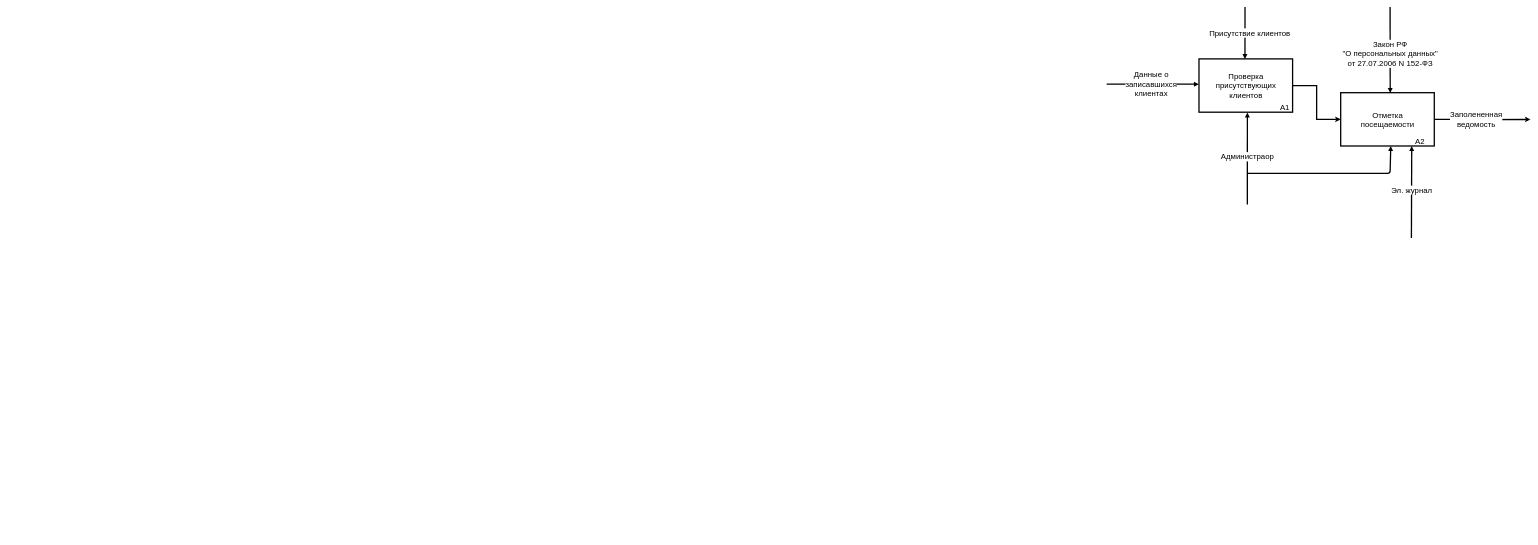
The draw.io diagram AS_IS2.drawio in kirillgladkih/diplom, before the edit. Source tidied: cells renumbered, new cells numbered last; positions are measured from the earlier drawing's top-left corner, leaving out a move shared by most shapes. Both pictures are drawn from the tidied source at 26%, with x=0, y=0 at pixel (1107, 7).
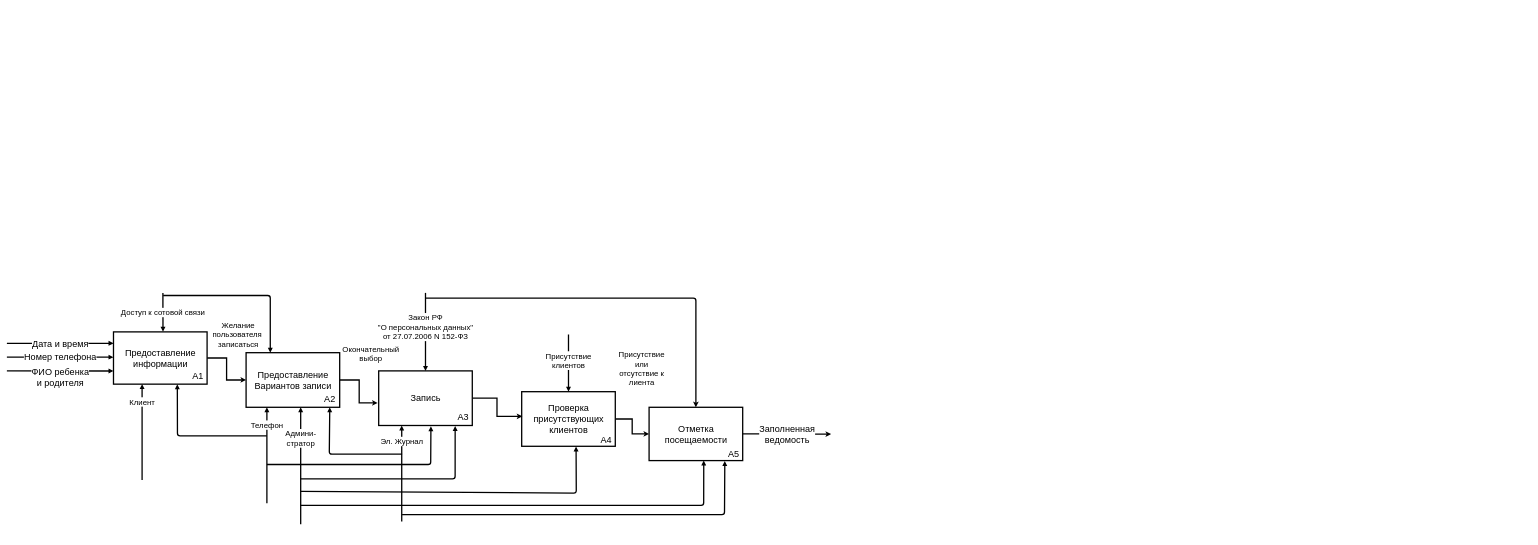
After the change.

The edit, as a diff of the source:
```diff
@@
+    <mxCell id="16" style="edgeStyle=orthogonalEdgeStyle;rounded=0;jettySize=auto;html=1;entryX=0;entryY=0.5;entryDx=0;entryDy=0;fontSize=35;strokeWidth=5;" parent="1" edge="1" source="17" target="19">
+      <mxGeometry relative="1" as="geometry" />
+    </mxCell>
+    <mxCell id="17" value="&lt;font style=&quot;font-size: 35px;&quot;&gt;Предоставление&lt;br style=&quot;font-size: 35px;&quot;&gt;информации&lt;br style=&quot;font-size: 35px;&quot;&gt;&lt;/font&gt;" style="html=1;strokeWidth=5;fontSize=35;" parent="1" vertex="1">
+      <mxGeometry x="-3820" y="1250" width="360" height="201" as="geometry" />
+    </mxCell>
+    <mxCell id="18" style="edgeStyle=orthogonalEdgeStyle;rounded=0;jettySize=auto;html=1;entryX=-0.011;entryY=0.587;entryDx=0;entryDy=0;entryPerimeter=0;strokeWidth=5;fontSize=35;" parent="1" edge="1" source="19" target="30">
+      <mxGeometry relative="1" as="geometry" />
+    </mxCell>
+    <mxCell id="19" value="&lt;font style=&quot;font-size: 35px;&quot;&gt;Предоставление&lt;br style=&quot;font-size: 35px;&quot;&gt;Вариантов записи&lt;br style=&quot;font-size: 35px;&quot;&gt;&lt;/font&gt;" style="html=1;strokeWidth=5;fontSize=35;" parent="1" vertex="1">
+      <mxGeometry x="-3310" y="1330" width="360" height="210" as="geometry" />
+    </mxCell>
-    <mxCell id="2" style="edgeStyle=orthogonalEdgeStyle;rounded=0;jettySize=auto;html=1;strokeWidth=5;entryX=0;entryY=0.5;entryDx=0;entryDy=0;" parent="1" edge="1" source="3" target="6">
+    <mxCell id="2" style="edgeStyle=orthogonalEdgeStyle;rounded=0;jettySize=auto;html=1;entryX=0;entryY=0.5;entryDx=0;entryDy=0;strokeWidth=5;fontSize=35;" parent="1" edge="1" source="3" target="6">
       <mxGeometry relative="1" as="geometry" />
     </mxCell>
-    <mxCell id="3" value="&lt;div style=&quot;font-size: 30px&quot;&gt;&lt;font style=&quot;font-size: 30px&quot;&gt;Проверка &lt;br&gt;&lt;/font&gt;&lt;/div&gt;&lt;div style=&quot;font-size: 30px&quot;&gt;&lt;font style=&quot;font-size: 30px&quot;&gt;присутствующих&lt;/font&gt;&lt;/div&gt;&lt;div style=&quot;font-size: 30px&quot;&gt;&lt;font style=&quot;font-size: 30px&quot;&gt;клиентов&lt;br&gt;&lt;/font&gt;&lt;/div&gt;" style="html=1;strokeWidth=5;" parent="1" vertex="1">
-      <mxGeometry x="355" y="200" width="360" height="205" as="geometry" />
+    <mxCell id="3" value="&lt;div style=&quot;font-size: 35px;&quot;&gt;&lt;font style=&quot;font-size: 35px;&quot;&gt;Проверка &lt;br style=&quot;font-size: 35px;&quot;&gt;&lt;/font&gt;&lt;/div&gt;&lt;div style=&quot;font-size: 35px;&quot;&gt;&lt;font style=&quot;font-size: 35px;&quot;&gt;присутствующих&lt;/font&gt;&lt;/div&gt;&lt;div style=&quot;font-size: 35px;&quot;&gt;&lt;font style=&quot;font-size: 35px;&quot;&gt;клиентов&lt;br style=&quot;font-size: 35px;&quot;&gt;&lt;/font&gt;&lt;/div&gt;" style="html=1;strokeWidth=5;fontSize=35;" parent="1" vertex="1">
+      <mxGeometry x="-2250" y="1480" width="360" height="210" as="geometry" />
     </mxCell>
-    <mxCell id="4" value="&lt;div&gt;&lt;font style=&quot;font-size: 30px&quot;&gt;&lt;font style=&quot;font-size: 30px&quot;&gt;Данные о &lt;br&gt;&lt;/font&gt;&lt;/font&gt;&lt;/div&gt;&lt;div&gt;&lt;font style=&quot;font-size: 30px&quot;&gt;&lt;font style=&quot;font-size: 30px&quot;&gt;записавшихся &lt;br&gt;&lt;/font&gt;&lt;/font&gt;&lt;/div&gt;&lt;div&gt;&lt;font style=&quot;font-size: 30px&quot;&gt;&lt;font style=&quot;font-size: 30px&quot;&gt;клиентах&lt;br&gt;&lt;/font&gt;&lt;/font&gt;&lt;/div&gt;" style="endArrow=block;endFill=1;endSize=6;html=1;strokeWidth=5;entryX=-0.001;entryY=0.475;entryDx=0;entryDy=0;entryPerimeter=0;" parent="1" edge="1" target="3">
-      <mxGeometry x="-0.04" relative="1" as="geometry">
-        <mxPoint y="297" as="sourcePoint" />
-        <Array as="points">
-          <mxPoint x="90" y="297" />
-        </Array>
-        <mxPoint x="1" as="offset" />
-      </mxGeometry>
-    </mxCell>
-    <mxCell id="5" style="group;" parent="1" vertex="1">
-      <mxGeometry x="870" y="330" width="360" height="205" as="geometry" />
-    </mxCell>
+    <mxCell id="20" style="group;fontSize=35;" parent="1" vertex="1">
+      <mxGeometry x="-1790" y="1540" width="360" height="205" as="geometry" />
+    </mxCell>
-    <mxCell id="6" value="&lt;div&gt;&lt;font style=&quot;font-size: 30px&quot;&gt;Отметка &lt;br&gt;&lt;/font&gt;&lt;/div&gt;&lt;div&gt;&lt;font style=&quot;font-size: 30px&quot;&gt;посещаемости&lt;br&gt;&lt;/font&gt;&lt;/div&gt;" style="html=1;strokeWidth=5;" parent="5" vertex="1">
+    <mxCell id="6" value="&lt;div style=&quot;font-size: 35px;&quot;&gt;&lt;font style=&quot;font-size: 35px;&quot;&gt;Отметка &lt;br style=&quot;font-size: 35px;&quot;&gt;&lt;/font&gt;&lt;/div&gt;&lt;div style=&quot;font-size: 35px;&quot;&gt;&lt;font style=&quot;font-size: 35px;&quot;&gt;посещаемости&lt;br style=&quot;font-size: 35px;&quot;&gt;&lt;/font&gt;&lt;/div&gt;" style="html=1;strokeWidth=5;fontSize=35;" parent="20" vertex="1">
       <mxGeometry x="30" width="360" height="205" as="geometry" />
     </mxCell>
+    <mxCell id="21" value="&lt;br style=&quot;font-size: 35px;&quot;&gt;&lt;font style=&quot;font-size: 35px;&quot;&gt;А5&lt;/font&gt;" style="text;html=1;strokeColor=none;fillColor=none;align=center;verticalAlign=middle;whiteSpace=wrap;rounded=0;fontSize=35;" parent="20" vertex="1">
+      <mxGeometry x="330" y="130" width="50" height="51.2" as="geometry" />
+    </mxCell>
+    <mxCell id="22" value="&lt;font style=&quot;font-size: 35px;&quot;&gt;&lt;font style=&quot;font-size: 35px;&quot;&gt;Дата и время&lt;/font&gt;&lt;br style=&quot;font-size: 35px;&quot;&gt;&lt;/font&gt;" style="endArrow=block;endFill=1;endSize=6;html=1;strokeWidth=5;entryX=0;entryY=0.167;entryDx=0;entryDy=0;entryPerimeter=0;fontSize=35;" parent="1" edge="1">
+      <mxGeometry relative="1" as="geometry">
+        <mxPoint x="-4230" y="1294" as="sourcePoint" />
+        <mxPoint x="-3820" y="1293.9" as="targetPoint" />
+      </mxGeometry>
+    </mxCell>
+    <mxCell id="23" value="&lt;font style=&quot;font-size: 35px;&quot;&gt;&lt;font style=&quot;font-size: 35px;&quot;&gt;Номер телефона&lt;/font&gt;&lt;br style=&quot;font-size: 35px;&quot;&gt;&lt;/font&gt;" style="endArrow=block;endFill=1;endSize=6;html=1;strokeWidth=5;entryX=0;entryY=0.5;entryDx=0;entryDy=0;fontSize=35;" parent="1" edge="1">
+      <mxGeometry relative="1" as="geometry">
+        <mxPoint x="-4230" y="1347" as="sourcePoint" />
+        <mxPoint x="-3820" y="1347.1" as="targetPoint" />
+      </mxGeometry>
+    </mxCell>
+    <mxCell id="24" value="&lt;div style=&quot;font-size: 35px;&quot;&gt;&lt;font style=&quot;font-size: 35px;&quot;&gt;&lt;font style=&quot;font-size: 35px;&quot;&gt;ФИО ребенка &lt;br style=&quot;font-size: 35px;&quot;&gt;&lt;/font&gt;&lt;/font&gt;&lt;/div&gt;&lt;div style=&quot;font-size: 35px;&quot;&gt;&lt;font style=&quot;font-size: 35px;&quot;&gt;&lt;font style=&quot;font-size: 35px;&quot;&gt;и родителя&lt;/font&gt;&lt;/font&gt;&lt;/div&gt;" style="endArrow=block;endFill=1;endSize=6;html=1;strokeWidth=5;entryX=0;entryY=0.833;entryDx=0;entryDy=0;entryPerimeter=0;fontSize=35;" parent="1" edge="1">
+      <mxGeometry y="-26" relative="1" as="geometry">
+        <mxPoint x="-4230" y="1400" as="sourcePoint" />
+        <mxPoint x="-3820" y="1400.4" as="targetPoint" />
+      </mxGeometry>
+    </mxCell>
+    <mxCell id="25" value="&lt;font style=&quot;font-size: 30px;&quot;&gt;Клиент&lt;/font&gt;" style="endArrow=block;endFill=1;endSize=6;html=1;strokeWidth=5;entryX=0.471;entryY=1.003;entryDx=0;entryDy=0;entryPerimeter=0;fontSize=30;" parent="1" edge="1">
+      <mxGeometry x="0.63" relative="1" as="geometry">
+        <mxPoint x="-3710" y="1820" as="sourcePoint" />
+        <mxPoint x="-3710" y="1451" as="targetPoint" />
+      </mxGeometry>
+    </mxCell>
+    <mxCell id="26" value="&lt;span style=&quot;font-size: 30px&quot;&gt;Желание пользователя&amp;nbsp;&lt;br style=&quot;font-size: 30px;&quot;&gt;записаться&lt;br style=&quot;font-size: 30px;&quot;&gt;&lt;/span&gt;" style="text;html=1;strokeColor=none;fillColor=none;align=center;verticalAlign=middle;whiteSpace=wrap;rounded=0;fontSize=30;" parent="1" vertex="1">
+      <mxGeometry x="-3440" y="1210" width="200" height="100" as="geometry" />
+    </mxCell>
+    <mxCell id="27" value="&lt;font style=&quot;font-size: 30px;&quot;&gt;&lt;font style=&quot;font-size: 30px;&quot;&gt;Доступ к сотовой связи&lt;/font&gt;&lt;br style=&quot;font-size: 30px;&quot;&gt;&lt;/font&gt;" style="endArrow=block;endFill=1;endSize=6;html=1;strokeWidth=5;entryX=0.467;entryY=-0.006;entryDx=0;entryDy=0;entryPerimeter=0;fontSize=30;" parent="1" edge="1">
+      <mxGeometry relative="1" as="geometry">
+        <mxPoint x="-3630" y="1100" as="sourcePoint" />
+        <mxPoint x="-3629.6" y="1249" as="targetPoint" />
+      </mxGeometry>
+    </mxCell>
+    <mxCell id="28" value="&lt;font style=&quot;font-size: 30px;&quot;&gt;&lt;br style=&quot;font-size: 30px;&quot;&gt;&lt;/font&gt;" style="endArrow=block;endFill=1;endSize=6;html=1;strokeWidth=5;fontSize=30;" parent="1" edge="1">
+      <mxGeometry x="-0.22" y="-80" relative="1" as="geometry">
+        <mxPoint x="-3629" y="1110" as="sourcePoint" />
+        <mxPoint x="-3217" y="1330" as="targetPoint" />
+        <Array as="points">
+          <mxPoint x="-3549" y="1110" />
+          <mxPoint x="-3217" y="1110" />
+        </Array>
+      </mxGeometry>
+    </mxCell>
+    <mxCell id="29" style="edgeStyle=orthogonalEdgeStyle;rounded=0;jettySize=auto;html=1;entryX=0.007;entryY=0.452;entryDx=0;entryDy=0;entryPerimeter=0;strokeWidth=5;fontSize=35;" parent="1" edge="1" source="30" target="3">
+      <mxGeometry relative="1" as="geometry" />
+    </mxCell>
+    <mxCell id="30" value="&lt;font style=&quot;font-size: 35px;&quot;&gt;Запись&lt;br style=&quot;font-size: 35px;&quot;&gt;&lt;/font&gt;" style="html=1;strokeWidth=5;fontSize=35;" parent="1" vertex="1">
+      <mxGeometry x="-2800" y="1400" width="360" height="210" as="geometry" />
+    </mxCell>
+    <mxCell id="31" value="&lt;font style=&quot;font-size: 30px&quot;&gt;Окончательный выбор&lt;/font&gt;" style="text;html=1;strokeColor=none;fillColor=none;align=center;verticalAlign=middle;whiteSpace=wrap;rounded=0;fontSize=30;" parent="1" vertex="1">
+      <mxGeometry x="-2930" y="1300" width="200" height="70" as="geometry" />
+    </mxCell>
+    <mxCell id="32" value="&lt;font style=&quot;font-size: 30px&quot;&gt;Телефон&lt;/font&gt;" style="endArrow=block;endFill=1;endSize=6;html=1;strokeWidth=5;entryX=0.471;entryY=1.003;entryDx=0;entryDy=0;entryPerimeter=0;fontSize=30;" parent="1" edge="1">
+      <mxGeometry x="0.63" relative="1" as="geometry">
+        <mxPoint x="-3230" y="1909" as="sourcePoint" />
+        <mxPoint x="-3230" y="1540" as="targetPoint" />
+      </mxGeometry>
+    </mxCell>
+    <mxCell id="33" value="&lt;font style=&quot;font-size: 30px;&quot;&gt;&lt;br style=&quot;font-size: 30px;&quot;&gt;&lt;/font&gt;" style="endArrow=block;endFill=1;endSize=6;html=1;strokeWidth=5;fontSize=30;entryX=0.682;entryY=1.003;entryDx=0;entryDy=0;entryPerimeter=0;" parent="1" edge="1" target="17">
+      <mxGeometry x="-0.22" y="-80" relative="1" as="geometry">
+        <mxPoint x="-3230" y="1650" as="sourcePoint" />
+        <Array as="points">
+          <mxPoint x="-3370" y="1650" />
+          <mxPoint x="-3574" y="1650" />
+        </Array>
+      </mxGeometry>
+    </mxCell>
+    <mxCell id="34" value="&lt;div&gt;&lt;font style=&quot;font-size: 30px&quot;&gt;Админи-&lt;/font&gt;&lt;/div&gt;&lt;div&gt;&lt;font style=&quot;font-size: 30px&quot;&gt;стратор&lt;/font&gt;&lt;/div&gt;" style="endArrow=block;endFill=1;endSize=6;html=1;strokeWidth=5;entryX=0.471;entryY=1.003;entryDx=0;entryDy=0;entryPerimeter=0;fontSize=30;" parent="1" edge="1">
+      <mxGeometry x="0.47" relative="1" as="geometry">
+        <mxPoint x="-3100" y="1990" as="sourcePoint" />
+        <mxPoint x="-3100" y="1540" as="targetPoint" />
+      </mxGeometry>
+    </mxCell>
+    <mxCell id="35" value="Эл. Журнал" style="endArrow=block;endFill=1;endSize=6;html=1;strokeWidth=5;entryX=0.471;entryY=1.003;entryDx=0;entryDy=0;entryPerimeter=0;fontSize=30;" parent="1" edge="1">
+      <mxGeometry x="0.67" relative="1" as="geometry">
+        <mxPoint x="-2711.4" y="1979" as="sourcePoint" />
+        <mxPoint x="-2711.4" y="1610" as="targetPoint" />
+      </mxGeometry>
+    </mxCell>
+    <mxCell id="36" value="&lt;font style=&quot;font-size: 30px;&quot;&gt;&lt;br style=&quot;font-size: 30px;&quot;&gt;&lt;/font&gt;" style="endArrow=block;endFill=1;endSize=6;html=1;strokeWidth=5;fontSize=30;entryX=0.894;entryY=1;entryDx=0;entryDy=0;entryPerimeter=0;" parent="1" edge="1" target="19">
+      <mxGeometry x="-0.22" y="-80" relative="1" as="geometry">
+        <mxPoint x="-2710" y="1720" as="sourcePoint" />
+        <Array as="points">
+          <mxPoint x="-2990" y="1720" />
+        </Array>
+      </mxGeometry>
+    </mxCell>
+    <mxCell id="15" value="&lt;font style=&quot;font-size: 30px;&quot;&gt;&lt;div style=&quot;font-size: 30px;&quot;&gt;Закон РФ&lt;/div&gt;&lt;div style=&quot;font-size: 30px;&quot;&gt;&quot;О персональных данных&quot;&lt;/div&gt;&lt;div style=&quot;font-size: 30px;&quot;&gt;от 27.07.2006 N 152-ФЗ&lt;/div&gt;&lt;/font&gt;" style="endArrow=block;endFill=1;endSize=6;html=1;strokeWidth=5;entryX=0.5;entryY=0;entryDx=0;entryDy=0;fontSize=30;" parent="1" edge="1" target="30">
+      <mxGeometry x="-0.13" relative="1" as="geometry">
+        <mxPoint x="-2620" y="1100" as="sourcePoint" />
+      </mxGeometry>
+    </mxCell>
+    <mxCell id="14" value="&lt;div&gt;&lt;font style=&quot;font-size: 30px&quot;&gt;Присутствие &lt;br&gt;&lt;/font&gt;&lt;/div&gt;&lt;div&gt;&lt;font style=&quot;font-size: 30px&quot;&gt;клиентов &lt;/font&gt;&lt;/div&gt;" style="endArrow=block;endFill=1;endSize=6;html=1;strokeWidth=5;entryX=0.5;entryY=0;entryDx=0;entryDy=0;fontSize=30;" parent="1" edge="1" target="3">
+      <mxGeometry x="-0.09" relative="1" as="geometry">
+        <mxPoint x="-2070" y="1260" as="sourcePoint" />
+      </mxGeometry>
+    </mxCell>
+    <mxCell id="37" value="&lt;div&gt;Присутствие &lt;br&gt;&lt;/div&gt;&lt;div&gt;или &lt;br&gt;&lt;/div&gt;&lt;div&gt;отсутствие к&lt;/div&gt;&lt;div&gt;лиента&lt;/div&gt;" style="edgeLabel;html=1;align=center;verticalAlign=middle;fontSize=30;" parent="1" vertex="1">
+      <mxGeometry x="-1790" y="1390" as="geometry" />
+    </mxCell>
+    <mxCell id="38" style="endArrow=classic;html=1;strokeWidth=5;fontSize=35;entryX=0.5;entryY=0;entryDx=0;entryDy=0;" parent="1" edge="1" target="6">
+      <mxGeometry relative="1" as="geometry">
+        <mxPoint x="-2620" y="1120" as="sourcePoint" />
+        <Array as="points">
+          <mxPoint x="-1580" y="1120" />
+        </Array>
+      </mxGeometry>
+    </mxCell>
+    <mxCell id="39" style="edgeStyle=orthogonalEdgeStyle;rounded=0;jettySize=auto;html=1;strokeWidth=5;fontSize=35;" parent="1" edge="1" source="6">
+      <mxGeometry relative="1" as="geometry">
+        <mxPoint x="-1060" y="1643" as="targetPoint" />
+      </mxGeometry>
+    </mxCell>
+    <mxCell id="40" value="&lt;div&gt;Заполненная&lt;/div&gt;&lt;div&gt;ведомость&lt;br&gt;&lt;/div&gt;" style="edgeLabel;html=1;align=center;verticalAlign=middle;fontSize=35;" parent="39" vertex="1">
+      <mxGeometry x="0.24" y="4" relative="1" as="geometry">
+        <mxPoint x="-39.6" y="3.5" as="offset" />
+      </mxGeometry>
+    </mxCell>
+    <mxCell id="41" value="&lt;br style=&quot;font-size: 35px&quot;&gt;&lt;font style=&quot;font-size: 35px&quot;&gt;А4&lt;/font&gt;" style="text;html=1;strokeColor=none;fillColor=none;align=center;verticalAlign=middle;whiteSpace=wrap;rounded=0;fontSize=35;" parent="1" vertex="1">
+      <mxGeometry x="-1950" y="1616.9" width="50" height="51.2" as="geometry" />
+    </mxCell>
+    <mxCell id="42" value="&lt;br style=&quot;font-size: 35px&quot;&gt;&lt;font style=&quot;font-size: 35px&quot;&gt;А3&lt;/font&gt;" style="text;html=1;strokeColor=none;fillColor=none;align=center;verticalAlign=middle;whiteSpace=wrap;rounded=0;fontSize=35;" parent="1" vertex="1">
+      <mxGeometry x="-2500" y="1530" width="50" height="51.2" as="geometry" />
+    </mxCell>
-    <mxCell id="7" value="&lt;br&gt;&lt;font style=&quot;font-size: 30px&quot;&gt;А2&lt;/font&gt;" style="text;html=1;strokeColor=none;fillColor=none;align=center;verticalAlign=middle;whiteSpace=wrap;rounded=0;" parent="5" vertex="1">
-      <mxGeometry x="310" y="153.8" width="50" height="51.2" as="geometry" />
+    <mxCell id="7" value="&lt;br style=&quot;font-size: 35px&quot;&gt;&lt;font style=&quot;font-size: 35px&quot;&gt;А2&lt;/font&gt;" style="text;html=1;strokeColor=none;fillColor=none;align=center;verticalAlign=middle;whiteSpace=wrap;rounded=0;fontSize=35;" parent="1" vertex="1">
+      <mxGeometry x="-3013" y="1460" width="50" height="51.2" as="geometry" />
     </mxCell>
-    <mxCell id="8" value="&lt;br&gt;&lt;font style=&quot;font-size: 30px&quot;&gt;А1&lt;/font&gt;" style="text;html=1;strokeColor=none;fillColor=none;align=center;verticalAlign=middle;whiteSpace=wrap;rounded=0;" parent="1" vertex="1">
-      <mxGeometry x="660" y="353.8" width="50" height="51.2" as="geometry" />
+    <mxCell id="8" value="&lt;br style=&quot;font-size: 35px&quot;&gt;&lt;font style=&quot;font-size: 35px&quot;&gt;А1&lt;/font&gt;" style="text;html=1;strokeColor=none;fillColor=none;align=center;verticalAlign=middle;whiteSpace=wrap;rounded=0;fontSize=35;" parent="1" vertex="1">
+      <mxGeometry x="-3520" y="1370" width="50" height="51.2" as="geometry" />
     </mxCell>
-    <mxCell id="9" value="&lt;font style=&quot;font-size: 30px&quot;&gt;Администраор &lt;br&gt;&lt;/font&gt;" style="endArrow=block;endFill=1;endSize=6;html=1;strokeWidth=5;entryX=0.517;entryY=1.006;entryDx=0;entryDy=0;entryPerimeter=0;" parent="1" edge="1" target="3">
-      <mxGeometry x="0.04" relative="1" as="geometry">
-        <mxPoint x="541" y="760" as="sourcePoint" />
-      </mxGeometry>
-    </mxCell>
-    <mxCell id="10" style="endArrow=block;endFill=1;endSize=6;html=1;strokeWidth=5;entryX=0.535;entryY=1.002;entryDx=0;entryDy=0;entryPerimeter=0;" parent="1" edge="1" target="6">
-      <mxGeometry x="0.04" relative="1" as="geometry">
-        <mxPoint x="540" y="640" as="sourcePoint" />
-        <Array as="points">
-          <mxPoint x="1090" y="640" />
-        </Array>
-      </mxGeometry>
-    </mxCell>
-    <mxCell id="11" value="&lt;font style=&quot;font-size: 30px&quot;&gt;Эл. журнал &lt;br&gt;&lt;/font&gt;" style="endArrow=block;endFill=1;endSize=6;html=1;strokeWidth=5;entryX=0.759;entryY=1;entryDx=0;entryDy=0;entryPerimeter=0;" parent="1" edge="1" target="6">
-      <mxGeometry x="0.04" relative="1" as="geometry">
-        <mxPoint x="1172" y="888.8" as="sourcePoint" />
-      </mxGeometry>
-    </mxCell>
-    <mxCell id="12" style="edgeStyle=orthogonalEdgeStyle;rounded=0;jettySize=auto;html=1;strokeWidth=5;" parent="1" edge="1" source="6">
-      <mxGeometry relative="1" as="geometry">
-        <mxPoint x="1630" y="433" as="targetPoint" />
-      </mxGeometry>
-    </mxCell>
-    <mxCell id="13" value="&lt;div&gt;&lt;font style=&quot;font-size: 30px&quot;&gt;Заполененная &lt;br&gt;&lt;/font&gt;&lt;/div&gt;&lt;div&gt;&lt;font style=&quot;font-size: 30px&quot;&gt;ведомость&lt;/font&gt;&lt;/div&gt;" style="edgeLabel;html=1;align=center;verticalAlign=middle;" parent="12" vertex="1">
-      <mxGeometry x="-0.14" y="1" relative="1" as="geometry" />
-    </mxCell>
-    <mxCell id="14" value="&lt;font style=&quot;font-size: 30px&quot;&gt;Присутствие клиентов &lt;/font&gt;" style="endArrow=block;endFill=1;endSize=6;html=1;strokeWidth=5;entryX=0.491;entryY=0.003;entryDx=0;entryDy=0;entryPerimeter=0;" parent="1" edge="1" target="3">
-      <mxGeometry y="18" relative="1" as="geometry">
-        <mxPoint x="532" as="sourcePoint" />
-        <Array as="points">
-          <mxPoint x="532" y="90" />
-        </Array>
-      </mxGeometry>
-    </mxCell>
-    <mxCell id="15" value="&lt;font style=&quot;font-size: 30px&quot;&gt;&lt;div&gt;Закон РФ&lt;/div&gt;&lt;div&gt;&quot;О персональных данных&quot;&lt;/div&gt;&lt;div&gt;от 27.07.2006 N 152-ФЗ&lt;/div&gt;&lt;/font&gt;" style="endArrow=block;endFill=1;endSize=6;html=1;strokeWidth=5;entryX=0.529;entryY=0.005;entryDx=0;entryDy=0;entryPerimeter=0;" parent="1" edge="1" target="6">
-      <mxGeometry x="0.09" relative="1" as="geometry">
-        <mxPoint x="1090" as="sourcePoint" />
-      </mxGeometry>
-    </mxCell>
+    <mxCell id="43" value="&lt;font style=&quot;font-size: 30px;&quot;&gt;&lt;br style=&quot;font-size: 30px;&quot;&gt;&lt;/font&gt;" style="endArrow=block;endFill=1;endSize=6;html=1;strokeWidth=5;fontSize=30;entryX=0.558;entryY=1.014;entryDx=0;entryDy=0;entryPerimeter=0;" parent="1" edge="1" target="30">
+      <mxGeometry x="-0.22" y="-80" relative="1" as="geometry">
+        <mxPoint x="-3230" y="1760" as="sourcePoint" />
+        <Array as="points">
+          <mxPoint x="-2600" y="1760" />
+        </Array>
+      </mxGeometry>
+    </mxCell>
+    <mxCell id="44" value="&lt;font style=&quot;font-size: 30px;&quot;&gt;&lt;br style=&quot;font-size: 30px;&quot;&gt;&lt;/font&gt;" style="endArrow=block;endFill=1;endSize=6;html=1;strokeWidth=5;fontSize=30;entryX=0.817;entryY=1.009;entryDx=0;entryDy=0;entryPerimeter=0;" parent="1" edge="1" target="30">
+      <mxGeometry x="-0.22" y="-80" relative="1" as="geometry">
+        <mxPoint x="-3100.9" y="1815.2" as="sourcePoint" />
+        <Array as="points">
+          <mxPoint x="-2506" y="1815" />
+        </Array>
+      </mxGeometry>
+    </mxCell>
+    <mxCell id="45" value="&lt;font style=&quot;font-size: 30px;&quot;&gt;&lt;br style=&quot;font-size: 30px;&quot;&gt;&lt;/font&gt;" style="endArrow=block;endFill=1;endSize=6;html=1;strokeWidth=5;fontSize=30;entryX=0.581;entryY=1.005;entryDx=0;entryDy=0;entryPerimeter=0;" parent="1" edge="1" target="3">
+      <mxGeometry x="-0.22" y="-80" relative="1" as="geometry">
+        <mxPoint x="-3100.9" y="1863.3" as="sourcePoint" />
+        <Array as="points">
+          <mxPoint x="-2040" y="1870" />
+        </Array>
+      </mxGeometry>
+    </mxCell>
+    <mxCell id="46" value="&lt;font style=&quot;font-size: 30px;&quot;&gt;&lt;br style=&quot;font-size: 30px;&quot;&gt;&lt;/font&gt;" style="endArrow=block;endFill=1;endSize=6;html=1;strokeWidth=5;fontSize=30;entryX=0.584;entryY=0.998;entryDx=0;entryDy=0;entryPerimeter=0;" parent="1" edge="1" target="6">
+      <mxGeometry x="-0.22" y="-80" relative="1" as="geometry">
+        <mxPoint x="-3100.9" y="1917.3" as="sourcePoint" />
+        <Array as="points">
+          <mxPoint x="-1550" y="1917" />
+        </Array>
+      </mxGeometry>
+    </mxCell>
+    <mxCell id="47" value="&lt;font style=&quot;font-size: 30px;&quot;&gt;&lt;br style=&quot;font-size: 30px;&quot;&gt;&lt;/font&gt;" style="endArrow=block;endFill=1;endSize=6;html=1;strokeWidth=5;fontSize=30;entryX=0.809;entryY=1.009;entryDx=0;entryDy=0;entryPerimeter=0;" parent="1" edge="1" target="6">
+      <mxGeometry x="-0.22" y="-80" relative="1" as="geometry">
+        <mxPoint x="-2710" y="1952.7" as="sourcePoint" />
+        <Array as="points">
+          <mxPoint x="-1470" y="1953" />
+        </Array>
+      </mxGeometry>
+    </mxCell>
```
